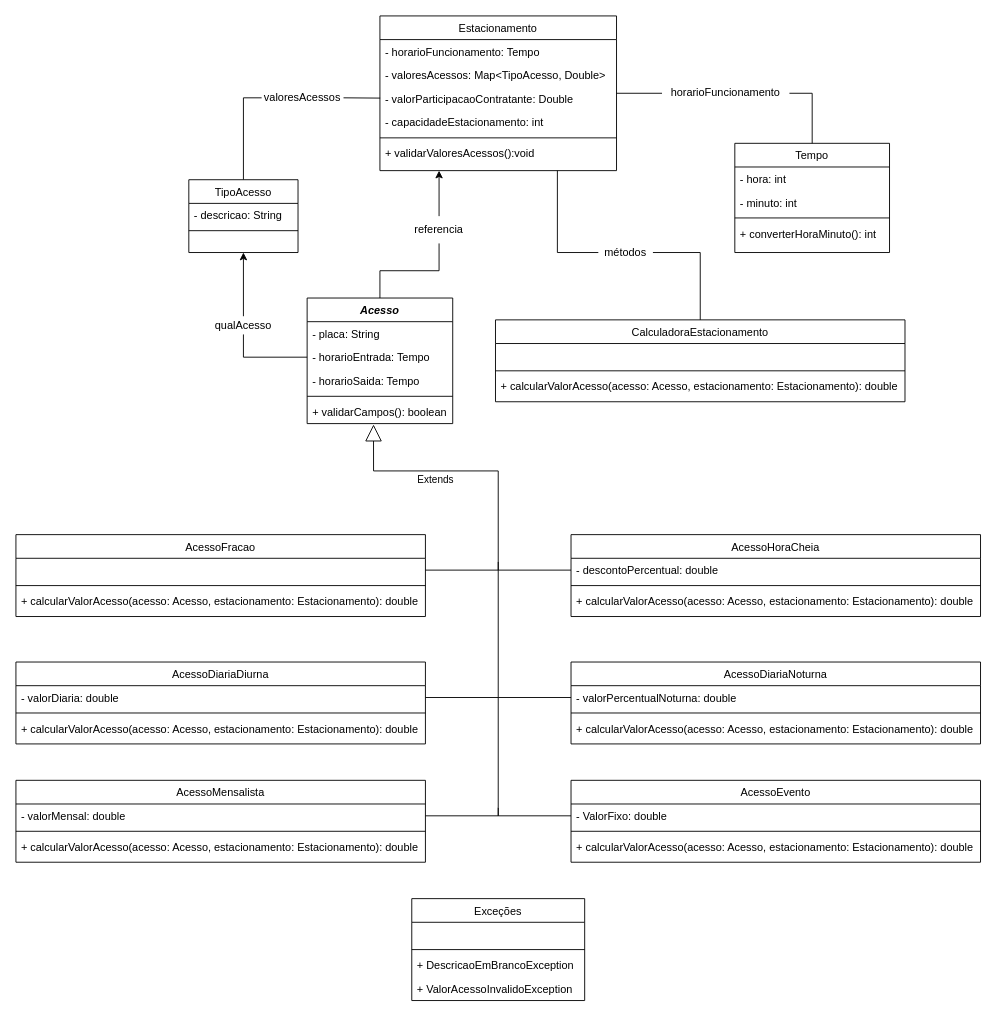
This is Untitled Diagram.drawio from rodwendrel/orientacao-objetos, a draw.io file, before an edit. Source tidied: cells renumbered, new cells numbered last; positions are measured from the earlier drawing's top-left corner, leaving out a move shared by most shapes. Both pictures are drawn from the tidied source at 91%, with x=0, y=0 at pixel (15, 15).
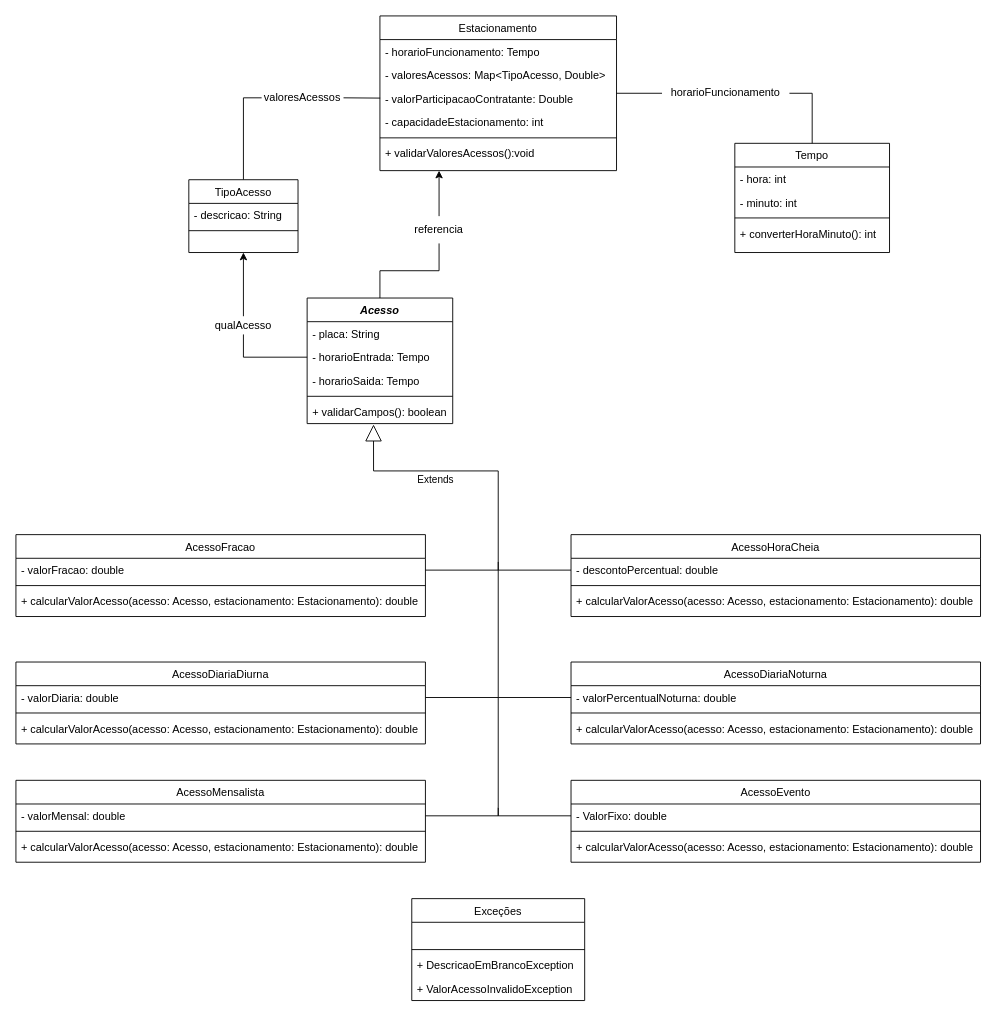
The same diagram, later.

Unchanged cells that the change refers to:
```xml
<mxCell id="2" value="Estacionamento" style="swimlane;fontStyle=0;align=center;verticalAlign=top;horizontal=1;startSize=26;rounded=0;shadow=0;strokeWidth=1;" parent="1" vertex="1">
  <mxGeometry x="400" width="260" height="170" as="geometry" />
</mxCell>
<mxCell id="24" value="AcessoFracao" style="swimlane;fontStyle=0;align=center;verticalAlign=top;horizontal=1;startSize=26;rounded=0;shadow=0;strokeWidth=1;" parent="1" vertex="1">
  <mxGeometry y="570" width="450" height="90" as="geometry" />
</mxCell>
```

What changed in the source:
```diff
@@
-    <mxCell id="25" value=" " style="text;align=left;verticalAlign=top;spacingLeft=4;spacingRight=4;overflow=hidden;points=[[0,0.5],[1,0.5]];portConstraint=eastwest;" parent="24" vertex="1">
+    <mxCell id="25" value="- valorFracao: double" style="text;align=left;verticalAlign=top;spacingLeft=4;spacingRight=4;overflow=hidden;points=[[0,0.5],[1,0.5]];portConstraint=eastwest;" parent="24" vertex="1">
       <mxGeometry y="26" width="450" height="26" as="geometry" />
     </mxCell>
@@
-    <mxCell id="55" value="CalculadoraEstacionamento" style="swimlane;fontStyle=0;align=center;verticalAlign=top;horizontal=1;startSize=26;rounded=0;shadow=0;strokeWidth=1;" parent="1" vertex="1">
-      <mxGeometry x="527" y="334" width="450" height="90" as="geometry" />
-    </mxCell>
-    <mxCell id="56" value=" " style="text;align=left;verticalAlign=top;spacingLeft=4;spacingRight=4;overflow=hidden;" parent="55" vertex="1">
-      <mxGeometry y="26" width="450" height="26" as="geometry" />
-    </mxCell>
-    <mxCell id="57" style="line;html=1;strokeWidth=1;align=left;verticalAlign=middle;spacingTop=-1;spacingLeft=3;spacingRight=3;labelPosition=right;" parent="55" vertex="1">
-      <mxGeometry y="52" width="450" height="8" as="geometry" />
-    </mxCell>
-    <mxCell id="58" value="+ calcularValorAcesso(acesso: Acesso, estacionamento: Estacionamento): double" style="text;align=left;verticalAlign=top;spacingLeft=4;spacingRight=4;overflow=hidden;" parent="55" vertex="1">
-      <mxGeometry y="60" width="450" height="26" as="geometry" />
-    </mxCell>
-    <mxCell id="59" style="endArrow=none;html=1;rounded=0;entryX=0.75;entryY=1;entryDx=0;entryDy=0;exitX=0;exitY=0.5;exitDx=0;exitDy=0;" parent="1" edge="1" source="60" target="2">
-      <mxGeometry relative="1" as="geometry">
-        <Array as="points">
-          <mxPoint x="595" y="260" />
-        </Array>
-      </mxGeometry>
-    </mxCell>
-    <mxCell id="60" value="métodos" style="text;html=1;strokeColor=none;fillColor=none;align=center;verticalAlign=middle;whiteSpace=wrap;rounded=0;" parent="1" vertex="1">
-      <mxGeometry x="640" y="250" width="60" height="20" as="geometry" />
-    </mxCell>
-    <mxCell id="61" style="endArrow=none;html=1;rounded=0;entryX=1;entryY=0.5;entryDx=0;entryDy=0;exitX=0.5;exitY=0;exitDx=0;exitDy=0;" parent="1" edge="1" source="55" target="60">
-      <mxGeometry relative="1" as="geometry">
-        <Array as="points">
-          <mxPoint x="752" y="260" />
-        </Array>
-      </mxGeometry>
-    </mxCell>
```
